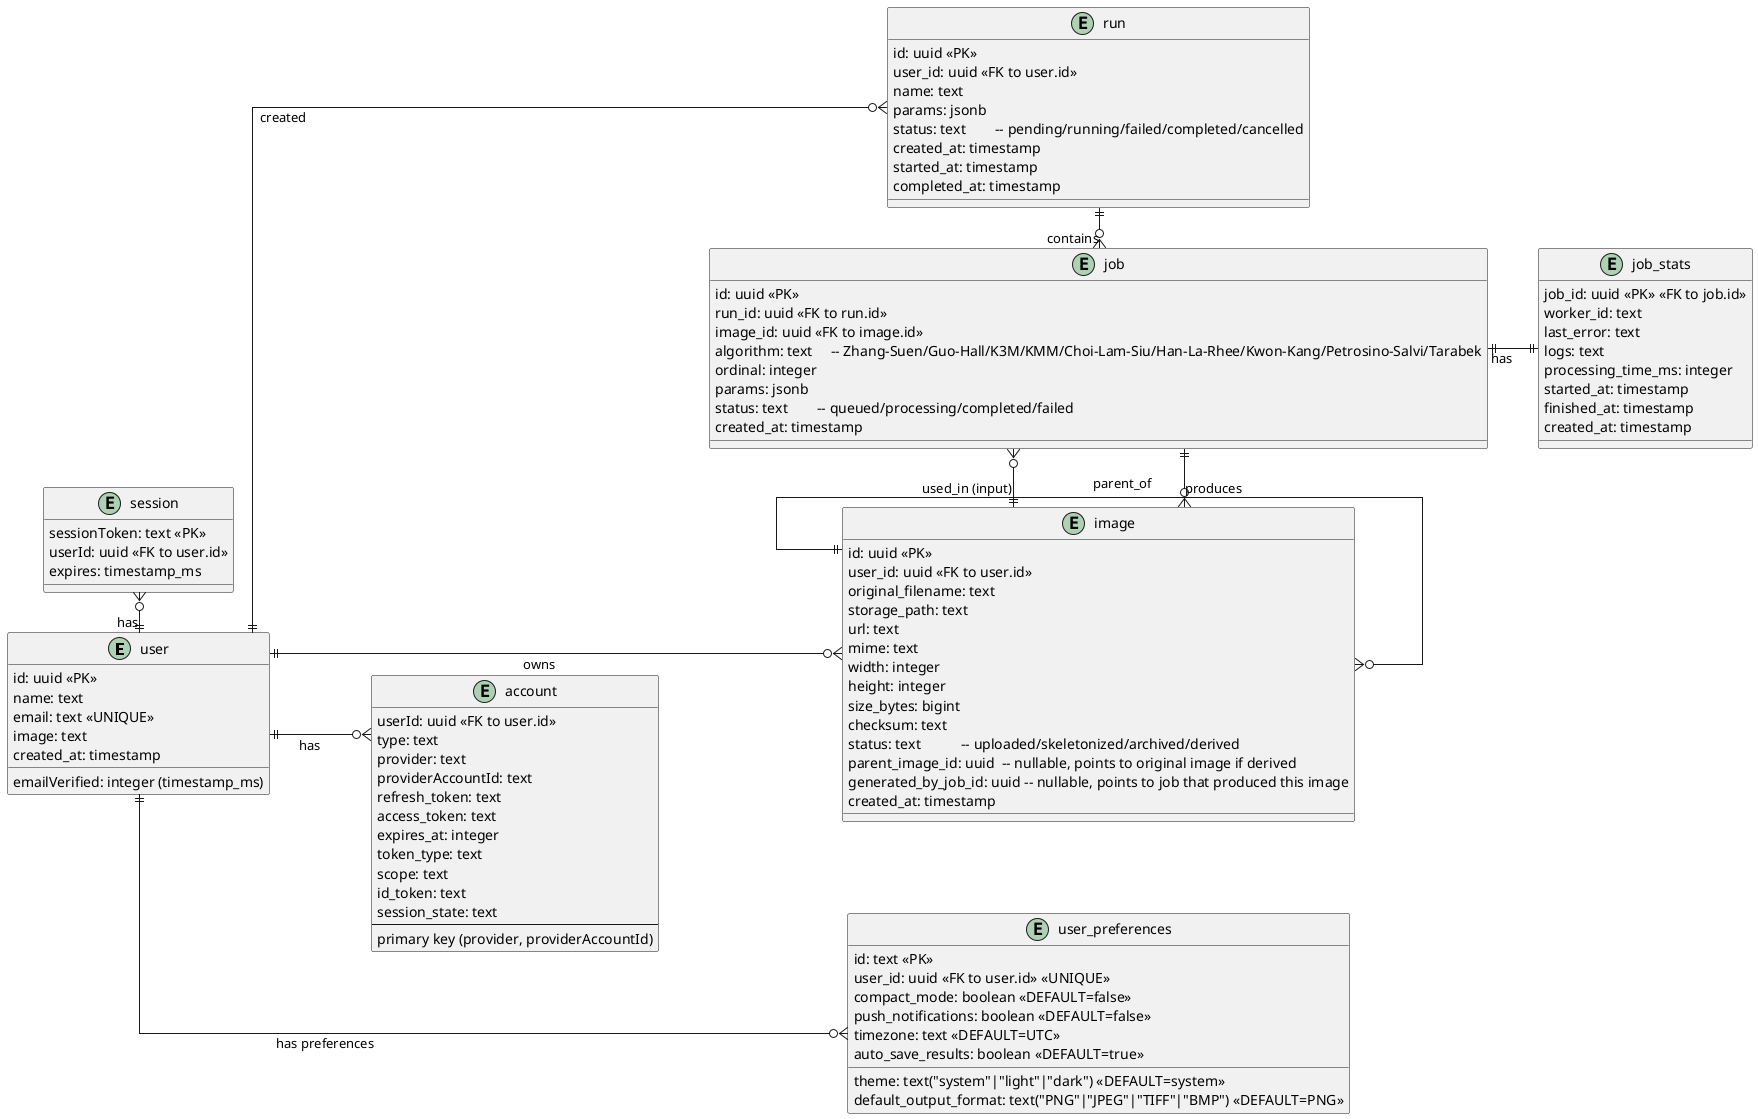
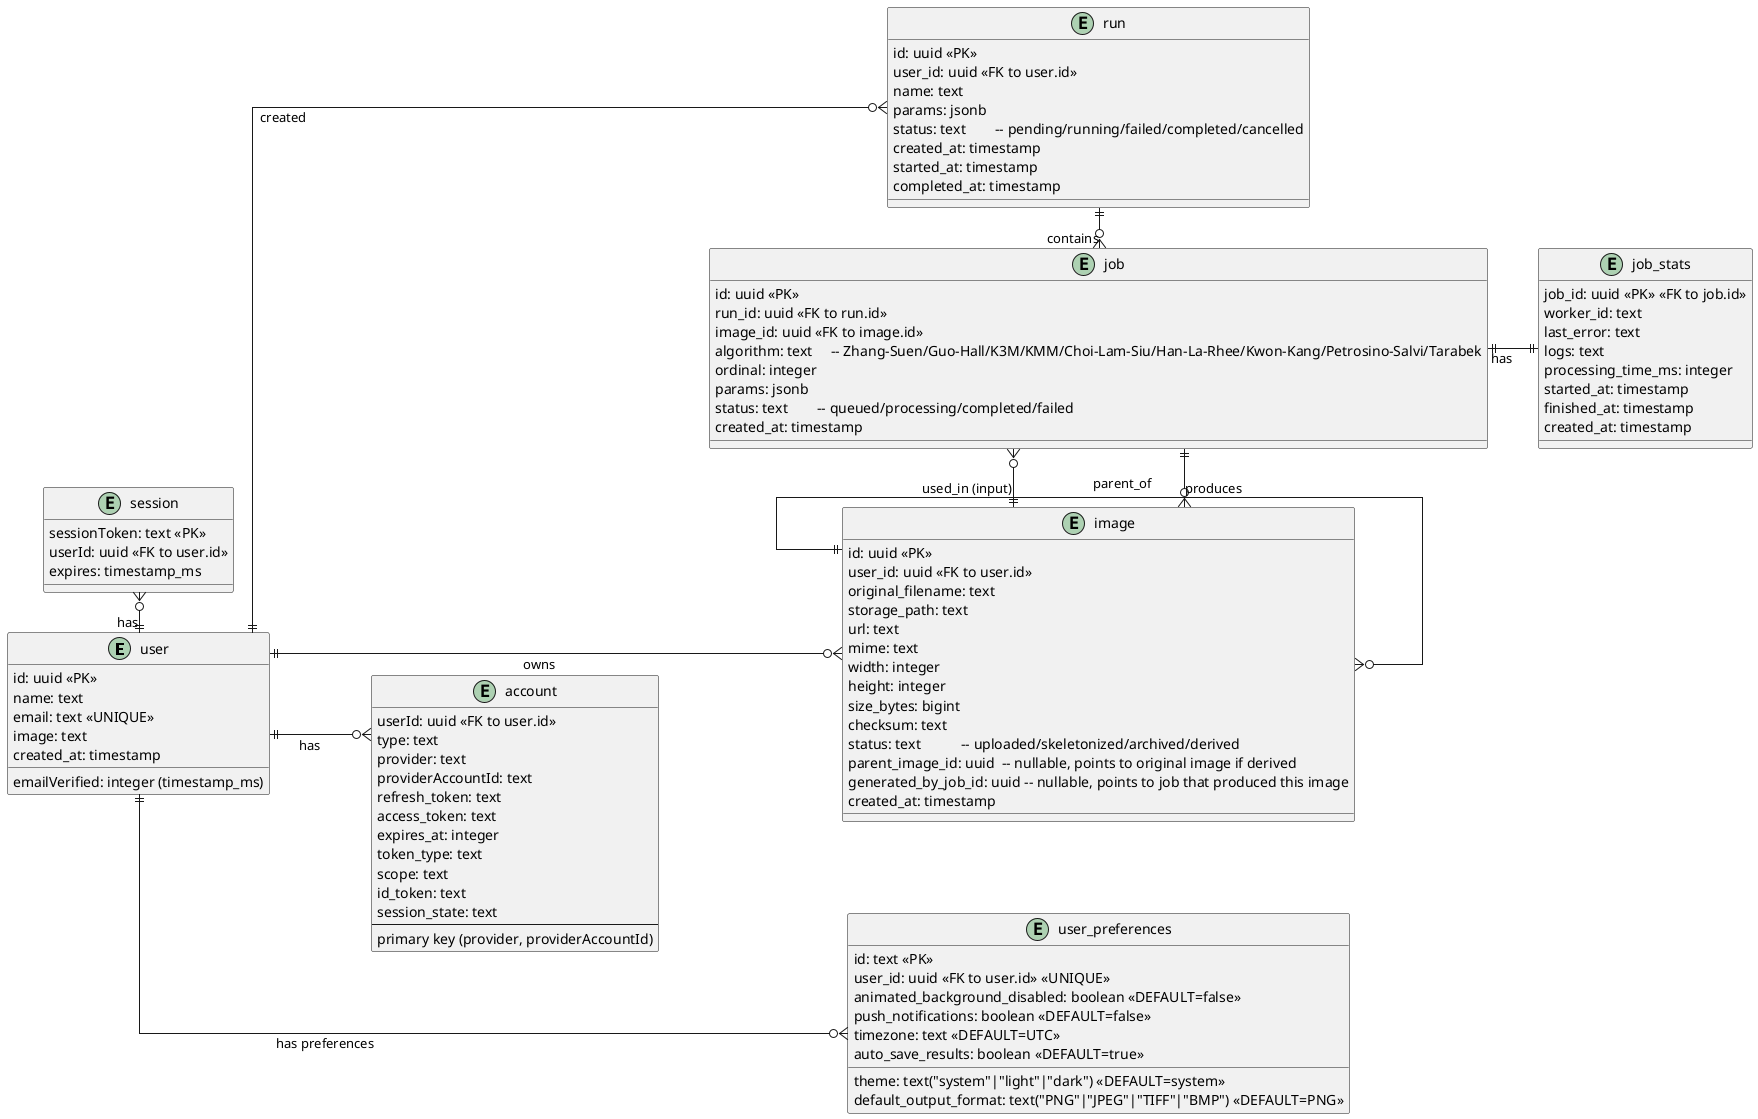
@startuml
left to right direction
skinparam linetype ortho

skinparam nodesep 40
skinparam ranksep 50

entity user {
  id: uuid <<PK>>
  name: text
  email: text <<UNIQUE>>
  emailVerified: integer (timestamp_ms)
  image: text
  created_at: timestamp
}

entity account {
  userId: uuid <<FK to user.id>>
  type: text
  provider: text
  providerAccountId: text
  refresh_token: text
  access_token: text
  expires_at: integer
  token_type: text
  scope: text
  id_token: text
  session_state: text
  --
  primary key (provider, providerAccountId)
}

entity session {
  sessionToken: text <<PK>>
  userId: uuid <<FK to user.id>>
  expires: timestamp_ms
}

entity user_preferences {
  id: text <<PK>>
  user_id: uuid <<FK to user.id>> <<UNIQUE>>
  theme: text("system"|"light"|"dark") <<DEFAULT=system>>
-   compact_mode: boolean <<DEFAULT=false>>
+   animated_background_disabled: boolean <<DEFAULT=false>>
  push_notifications: boolean <<DEFAULT=false>>
  timezone: text <<DEFAULT=UTC>>
  auto_save_results: boolean <<DEFAULT=true>>
  default_output_format: text("PNG"|"JPEG"|"TIFF"|"BMP") <<DEFAULT=PNG>>
}

entity image {
  id: uuid <<PK>>
  user_id: uuid <<FK to user.id>>
  original_filename: text
  storage_path: text
  url: text
  mime: text
  width: integer
  height: integer
  size_bytes: bigint
  checksum: text
  status: text           -- uploaded/skeletonized/archived/derived
  parent_image_id: uuid  -- nullable, points to original image if derived
  generated_by_job_id: uuid -- nullable, points to job that produced this image
  created_at: timestamp
}

entity run {
  id: uuid <<PK>>
  user_id: uuid <<FK to user.id>>
  name: text
  params: jsonb
  status: text        -- pending/running/failed/completed/cancelled
  created_at: timestamp
  started_at: timestamp
  completed_at: timestamp
}

entity job {
  id: uuid <<PK>>
  run_id: uuid <<FK to run.id>>
  image_id: uuid <<FK to image.id>>
  algorithm: text     -- Zhang-Suen/Guo-Hall/K3M/KMM/Choi-Lam-Siu/Han-La-Rhee/Kwon-Kang/Petrosino-Salvi/Tarabek
  ordinal: integer
  params: jsonb
  status: text        -- queued/processing/completed/failed
  created_at: timestamp
}

entity job_stats {
  job_id: uuid <<PK>> <<FK to job.id>>
  worker_id: text
  last_error: text
  logs: text
  processing_time_ms: integer
  started_at: timestamp
  finished_at: timestamp
  created_at: timestamp
}

' Relationships
user ||-left-o{ session : has
user ||-down--o{ account : has
user ||--down--o{ user_preferences : has preferences
user ||--down--o{ image : owns
user ||--down--o{ run : created
run ||--right--o{ job : contains
image ||--down--o{ job : used_in (input)
job ||--right--o{ image : produces
job ||--|| job_stats : has
image }o-left-|| image : parent_of


@enduml
